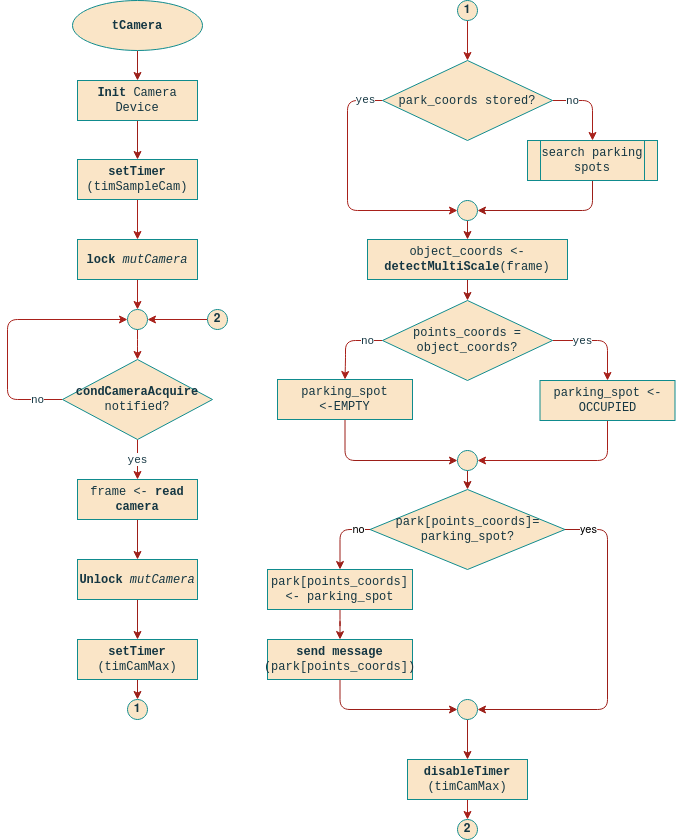
Above: project/report/images/09sw_specification/tCamera.png in ESRGgroup9/slipad (draw.io), before the change. Source tidied: cells renumbered, new cells last; positions are measured from the earlier drawing's top-left corner, leaving out a move shared by most shapes.
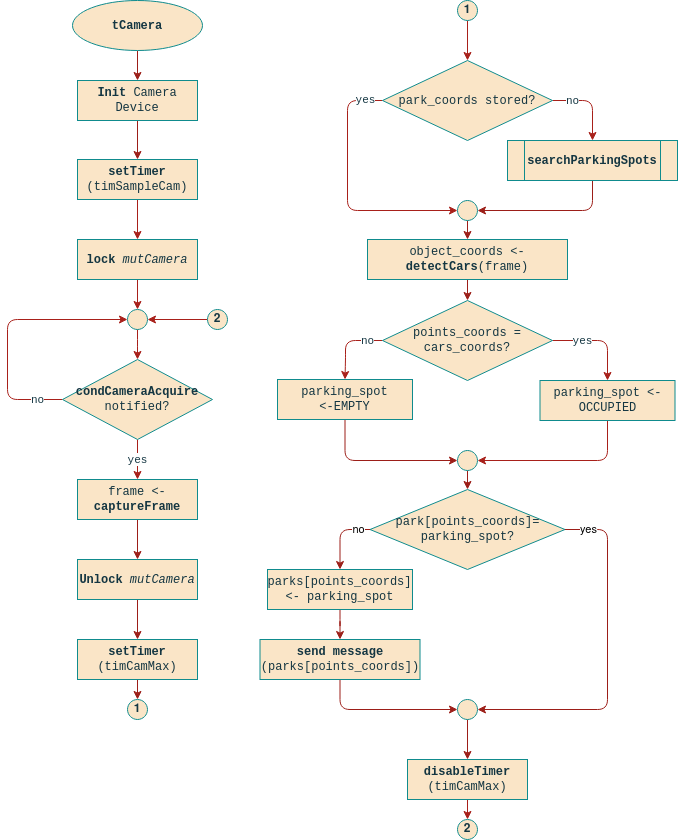
The same diagram one commit later.

What changed in the source:
```diff
@@ -56,8 +56,8 @@
         </Array>
       </mxGeometry>
     </mxCell>
-    <mxCell id="17" value="&lt;div&gt;search parking spots&lt;br&gt;&lt;/div&gt;" style="shape=process;whiteSpace=wrap;html=1;backgroundOutline=1;rounded=0;sketch=0;fontFamily=Courier New;fontColor=#143642;strokeColor=#0F8B8D;fillColor=#FAE5C7;" parent="1" vertex="1">
-      <mxGeometry x="520" y="140" width="130" height="40" as="geometry" />
+    <mxCell id="17" value="&lt;b&gt;searchParkingSpots&lt;/b&gt;" style="shape=process;whiteSpace=wrap;html=1;backgroundOutline=1;rounded=0;sketch=0;fontFamily=Courier New;fontColor=#143642;strokeColor=#0F8B8D;fillColor=#FAE5C7;" parent="1" vertex="1">
+      <mxGeometry x="500" y="140" width="170" height="40" as="geometry" />
     </mxCell>
     <mxCell id="18" value="no" style="edgeStyle=orthogonalEdgeStyle;rounded=1;sketch=0;jettySize=auto;html=1;entryX=0.5;entryY=0;entryDx=0;entryDy=0;fontFamily=Courier New;fontColor=#143642;strokeColor=#A8201A;fillColor=#FAE5C7;" parent="1" edge="1" source="20" target="17">
       <mxGeometry x="-0.5" relative="1" as="geometry">
@@ -92,7 +92,7 @@
         </Array>
       </mxGeometry>
     </mxCell>
-    <mxCell id="23" value="points_coords = object_coords?" style="rhombus;whiteSpace=wrap;html=1;rounded=0;sketch=0;fontColor=#143642;strokeColor=#0F8B8D;fillColor=#FAE5C7;fontFamily=Courier New;verticalAlign=middle;labelPosition=center;verticalLabelPosition=middle;align=center;" parent="1" vertex="1">
+    <mxCell id="23" value="points_coords = cars_coords?" style="rhombus;whiteSpace=wrap;html=1;rounded=0;sketch=0;fontColor=#143642;strokeColor=#0F8B8D;fillColor=#FAE5C7;fontFamily=Courier New;verticalAlign=middle;labelPosition=center;verticalLabelPosition=middle;align=center;" parent="1" vertex="1">
       <mxGeometry x="375" y="300" width="170" height="80" as="geometry" />
     </mxCell>
     <mxCell id="24" style="edgeStyle=orthogonalEdgeStyle;rounded=1;sketch=0;jettySize=auto;html=1;entryX=1;entryY=0.5;entryDx=0;entryDy=0;fontFamily=Courier New;fontColor=#143642;strokeColor=#A8201A;fillColor=#FAE5C7;" parent="1" edge="1" source="25" target="27">
@@ -147,7 +147,7 @@
     <mxCell id="39" style="edgeStyle=orthogonalEdgeStyle;rounded=0;jettySize=auto;html=1;strokeColor=#9C1E18;" parent="1" edge="1" source="40" target="36">
       <mxGeometry relative="1" as="geometry" />
     </mxCell>
-    <mxCell id="40" value="frame &amp;lt;- &lt;b&gt;read camera&lt;/b&gt;" style="rounded=0;whiteSpace=wrap;html=1;sketch=0;fontColor=#143642;strokeColor=#0F8B8D;fillColor=#FAE5C7;fontFamily=Courier New;" parent="1" vertex="1">
+    <mxCell id="40" value="frame &amp;lt;- &lt;b&gt;captureFrame&lt;/b&gt;" style="rounded=0;whiteSpace=wrap;html=1;sketch=0;fontColor=#143642;strokeColor=#0F8B8D;fillColor=#FAE5C7;fontFamily=Courier New;" parent="1" vertex="1">
       <mxGeometry x="70" y="479" width="120" height="40" as="geometry" />
     </mxCell>
     <mxCell id="41" style="edgeStyle=orthogonalEdgeStyle;rounded=0;jettySize=auto;html=1;exitX=0.5;exitY=1;exitDx=0;exitDy=0;entryX=0.5;entryY=0;entryDx=0;entryDy=0;strokeColor=#9C1E18;" parent="1" edge="1" source="42" target="13">
@@ -159,7 +159,7 @@
     <mxCell id="43" style="edgeStyle=orthogonalEdgeStyle;rounded=0;jettySize=auto;html=1;exitX=0.5;exitY=1;exitDx=0;exitDy=0;entryX=0.5;entryY=0;entryDx=0;entryDy=0;strokeColor=#9C1E18;" parent="1" edge="1" source="44" target="23">
       <mxGeometry relative="1" as="geometry" />
     </mxCell>
-    <mxCell id="44" value="object_coords &amp;lt;- &lt;b&gt;detectMultiScale&lt;/b&gt;(frame)" style="rounded=0;whiteSpace=wrap;html=1;sketch=0;fontColor=#143642;strokeColor=#0F8B8D;fillColor=#FAE5C7;fontFamily=Courier New;" parent="1" vertex="1">
+    <mxCell id="44" value="object_coords &amp;lt;- &lt;b&gt;detectCars&lt;/b&gt;(frame)" style="rounded=0;whiteSpace=wrap;html=1;sketch=0;fontColor=#143642;strokeColor=#0F8B8D;fillColor=#FAE5C7;fontFamily=Courier New;" parent="1" vertex="1">
       <mxGeometry x="360" y="239" width="200" height="40" as="geometry" />
     </mxCell>
     <mxCell id="45" style="edgeStyle=orthogonalEdgeStyle;rounded=1;jettySize=auto;html=1;entryX=0;entryY=0.5;entryDx=0;entryDy=0;strokeColor=#9C1E18;" parent="1" edge="1" source="46" target="27">
@@ -189,7 +189,7 @@
     <mxCell id="50" style="edgeStyle=orthogonalEdgeStyle;rounded=1;jettySize=auto;html=1;strokeColor=#9C1E18;" parent="1" edge="1" source="51" target="53">
       <mxGeometry relative="1" as="geometry" />
     </mxCell>
-    <mxCell id="51" value="park[points_coords] &amp;lt;- parking_spot" style="rounded=0;whiteSpace=wrap;html=1;sketch=0;fontColor=#143642;strokeColor=#0F8B8D;fillColor=#FAE5C7;fontFamily=Courier New;" parent="1" vertex="1">
+    <mxCell id="51" value="parks[points_coords] &amp;lt;- parking_spot" style="rounded=0;whiteSpace=wrap;html=1;sketch=0;fontColor=#143642;strokeColor=#0F8B8D;fillColor=#FAE5C7;fontFamily=Courier New;" parent="1" vertex="1">
       <mxGeometry x="260" y="569" width="145" height="40" as="geometry" />
     </mxCell>
     <mxCell id="52" style="edgeStyle=orthogonalEdgeStyle;rounded=1;jettySize=auto;html=1;entryX=0;entryY=0.5;entryDx=0;entryDy=0;strokeColor=#9C1E18;" parent="1" edge="1" source="53" target="55">
@@ -199,8 +199,8 @@
         </Array>
       </mxGeometry>
     </mxCell>
-    <mxCell id="53" value="&lt;b&gt;send message&lt;/b&gt;&lt;br&gt;(park[points_coords])" style="rounded=0;whiteSpace=wrap;html=1;sketch=0;fontColor=#143642;strokeColor=#0F8B8D;fillColor=#FAE5C7;fontFamily=Courier New;" parent="1" vertex="1">
-      <mxGeometry x="260" y="639" width="145" height="40" as="geometry" />
+    <mxCell id="53" value="&lt;b&gt;send message&lt;/b&gt;&lt;br&gt;(parks[points_coords])" style="rounded=0;whiteSpace=wrap;html=1;sketch=0;fontColor=#143642;strokeColor=#0F8B8D;fillColor=#FAE5C7;fontFamily=Courier New;" parent="1" vertex="1">
+      <mxGeometry x="252.5" y="639" width="160" height="40" as="geometry" />
     </mxCell>
     <mxCell id="54" style="edgeStyle=orthogonalEdgeStyle;rounded=1;jettySize=auto;html=1;strokeColor=#9C1E18;" parent="1" edge="1" source="55" target="33">
       <mxGeometry relative="1" as="geometry" />
```
